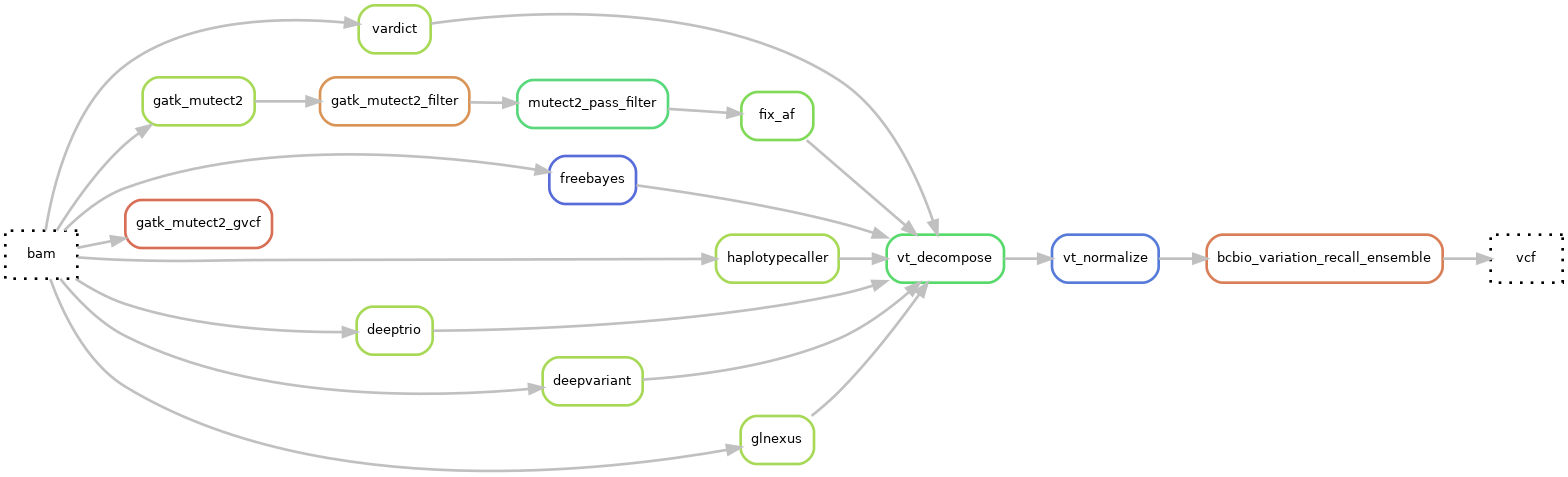
Before: docs/images/snv_indels.png, a diagram exported from Graphviz (hydra-genetics/snv_indels). Its source is kept beside it as docs/images/snv_indels.dot.
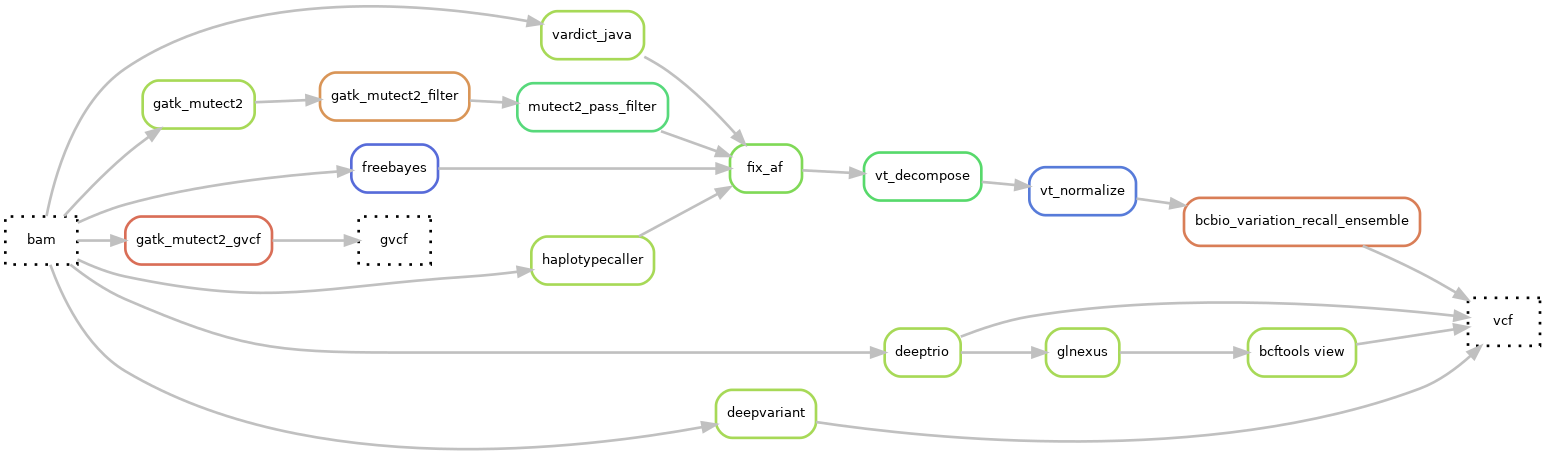
After the change.

Commit message:
docs: update simplified rulegraph for readthedocs

The edit, as a diff of the source:
```diff
@@ -8,7 +8,7 @@
 	3[label = "vt_normalize", color = "0.62 0.6 0.85", style="rounded"];
 	4[label = "vt_decompose", color = "0.36 0.6 0.85", style="rounded"];
 	6[label = "fix_af", color = "0.28 0.6 0.85", style="rounded"];
-	8[label = "vardict", color = "0.23 0.6 0.85", style="rounded"];
+	8[label = "vardict_java", color = "0.23 0.6 0.85", style="rounded"];
 	11[label = "mutect2_pass_filter", color = "0.38 0.6 0.85", style="rounded"];
 	12[label = "gatk_mutect2_filter", color = "0.08 0.6 0.85", style="rounded"];
 	13[label = "gatk_mutect2", color = "0.23 0.6 0.85", style="rounded"];
@@ -18,7 +18,9 @@
 	18[label = "deeptrio", color = "0.23 0.6 0.85", style="rounded"];
 	19[label = "deepvariant", color = "0.23 0.6 0.85", style="rounded"];
 	21[label = "glnexus", color = "0.23 0.6 0.85", style="rounded"];
+	24[label= "bcftools view", color = "0.23 0.6 0.85", style="rounded"];
 	20[label = "bam", color = "0.0 0.0 0.0", style="dotted"];
+	23[label="gvcf", color = "0.0 0.0 0.0", style="dotted"];
 	20 -> 8
 	20 -> 13
 	20 -> 15
@@ -26,19 +28,22 @@
 	20 -> 17
 	20 -> 18
 	20 -> 19
-	20 -> 21
 	1 -> 0
 	3 -> 1
 	4 -> 3
 	11 -> 6
 	12 -> 11
 	13 -> 12
-	8 -> 4
 	6 -> 4
-	15 -> 4
-	17 -> 4
-	18 -> 4
-	19 -> 4
-	21 -> 4
+	18 -> 0
+	19 -> 0
+	21 -> 24
+	24 -> 0
+	8 -> 6
+	15 -> 6
+	17 -> 6
+	16 -> 23
+	18 -> 21
+
 
 }
```
